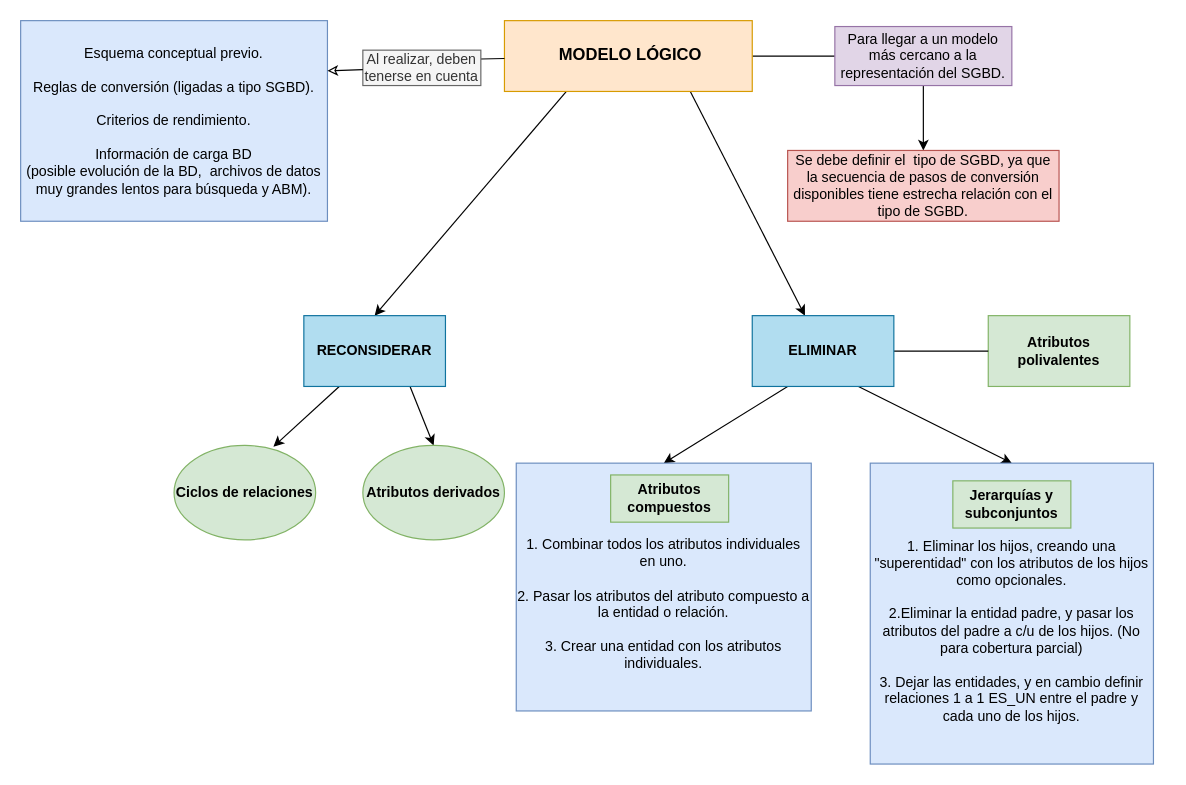
Before: page "Modelo lógico" (4 of 8) of Diagrama-resumen.drawio in senras/DBD, a draw.io diagram. Source tidied: cells renumbered, new cells numbered last; positions are measured from the earlier drawing's top-left corner, leaving out a move shared by most shapes. Both pictures are drawn from the tidied source at 118%, with x=0, y=0 at pixel (20, 20).
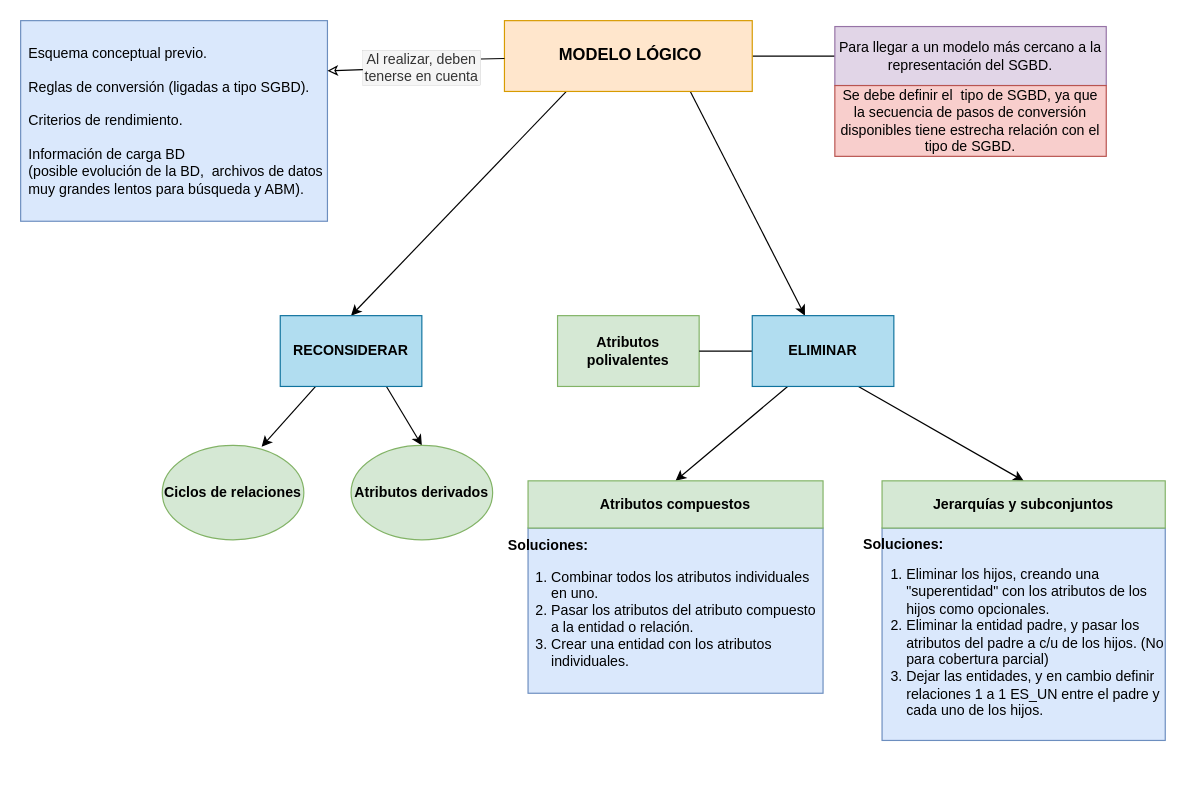
The same diagram, later.

Unchanged cells that the change refers to:
```xml
<mxCell id="15" value="ELIMINAR" style="rounded=0;whiteSpace=wrap;html=1;fillColor=#b1ddf0;strokeColor=#10739e;fontStyle=1;" parent="1" vertex="1">
  <mxGeometry x="620" y="250" width="120" height="60" as="geometry" />
</mxCell>
```

Diff of the diagram source:
```diff
@@
-    <mxCell id="6" style="edgeStyle=orthogonalEdgeStyle;rounded=0;jettySize=auto;html=1;exitX=0.5;exitY=1;exitDx=0;exitDy=0;entryX=0.5;entryY=0;entryDx=0;entryDy=0;" parent="1" edge="1" source="7">
-      <mxGeometry relative="1" as="geometry">
-        <mxPoint x="765" y="110" as="targetPoint" />
-      </mxGeometry>
-    </mxCell>
     <mxCell id="7" value="Para llegar a un modelo más cercano a la representación del SGBD." style="text;html=1;strokeColor=#9673a6;fillColor=#e1d5e7;align=center;verticalAlign=middle;whiteSpace=wrap;rounded=0;" parent="1" vertex="1">
-      <mxGeometry x="690" y="5" width="150" height="50" as="geometry" />
+      <mxGeometry x="690" y="5" width="230" height="50" as="geometry" />
     </mxCell>
     <mxCell id="8" value="Se debe definir el&amp;nbsp; tipo de SGBD, ya que la secuencia de pasos de conversión disponibles tiene estrecha relación con el tipo de SGBD." style="text;html=1;strokeColor=#b85450;fillColor=#f8cecc;align=center;verticalAlign=middle;whiteSpace=wrap;rounded=0;" parent="1" vertex="1">
-      <mxGeometry x="650" y="110" width="230" height="60" as="geometry" />
+      <mxGeometry x="690" y="55" width="230" height="60" as="geometry" />
     </mxCell>
@@
-    <mxCell id="10" value="Esquema conceptual previo.&lt;br&gt;&lt;br&gt;Reglas de conversión (ligadas a tipo SGBD).&lt;br&gt;&lt;br&gt;Criterios de rendimiento.&lt;br&gt;&lt;br&gt;Información de carga BD&lt;br&gt;(posible evolución de la BD,&amp;nbsp; archivos de datos muy grandes lentos para búsqueda y ABM)." style="rounded=0;whiteSpace=wrap;html=1;fillColor=#dae8fc;strokeColor=#6c8ebf;" parent="1" vertex="1">
+    <mxCell id="10" value="Esquema conceptual previo.&lt;br&gt;&lt;br&gt;Reglas de conversión (ligadas a tipo SGBD).&lt;br&gt;&lt;br&gt;Criterios de rendimiento.&lt;br&gt;&lt;br&gt;Información de carga BD&lt;br&gt;(posible evolución de la BD,&amp;nbsp; archivos de datos muy grandes lentos para búsqueda y ABM)." style="rounded=0;whiteSpace=wrap;html=1;fillColor=#dae8fc;strokeColor=#6c8ebf;align=left;spacingLeft=5;" parent="1" vertex="1">
       <mxGeometry width="260" height="170" as="geometry" />
     </mxCell>
     <mxCell id="11" value="Atributos polivalentes" style="rounded=0;whiteSpace=wrap;html=1;fillColor=#d5e8d4;strokeColor=#82b366;fontStyle=1;" parent="1" vertex="1">
-      <mxGeometry x="820" y="250" width="120" height="60" as="geometry" />
+      <mxGeometry x="455" y="250" width="120" height="60" as="geometry" />
     </mxCell>
-    <mxCell id="12" style="edgeStyle=none;rounded=0;jettySize=auto;html=1;exitX=0.25;exitY=1;exitDx=0;exitDy=0;entryX=0.5;entryY=0;entryDx=0;entryDy=0;" parent="1" edge="1" source="15" target="22">
+    <mxCell id="12" style="edgeStyle=none;rounded=0;jettySize=auto;html=1;exitX=0.25;exitY=1;exitDx=0;exitDy=0;entryX=0.5;entryY=0;entryDx=0;entryDy=0;" parent="1" edge="1" source="15" target="23">
       <mxGeometry relative="1" as="geometry" />
     </mxCell>
-    <mxCell id="13" style="edgeStyle=none;rounded=0;jettySize=auto;html=1;exitX=0.75;exitY=1;exitDx=0;exitDy=0;entryX=0.5;entryY=0;entryDx=0;entryDy=0;" parent="1" edge="1" source="15" target="21">
+    <mxCell id="13" style="edgeStyle=none;rounded=0;jettySize=auto;html=1;exitX=0.75;exitY=1;exitDx=0;exitDy=0;entryX=0.5;entryY=0;entryDx=0;entryDy=0;" parent="1" edge="1" source="15" target="24">
       <mxGeometry relative="1" as="geometry" />
     </mxCell>
-    <mxCell id="14" style="edgeStyle=none;rounded=0;jettySize=auto;html=1;exitX=1;exitY=0.5;exitDx=0;exitDy=0;entryX=0;entryY=0.5;entryDx=0;entryDy=0;endArrow=none;endFill=0;" parent="1" edge="1" source="15" target="11">
+    <mxCell id="14" style="edgeStyle=none;rounded=0;jettySize=auto;html=1;exitX=0;exitY=0.5;exitDx=0;exitDy=0;endArrow=none;endFill=0;entryX=1;entryY=0.5;entryDx=0;entryDy=0;" parent="1" edge="1" source="15" target="11">
       <mxGeometry relative="1" as="geometry" />
     </mxCell>
@@
     <mxCell id="18" value="RECONSIDERAR" style="rounded=0;whiteSpace=wrap;html=1;fillColor=#b1ddf0;strokeColor=#10739e;fontStyle=1;" parent="1" vertex="1">
-      <mxGeometry x="240" y="250" width="120" height="60" as="geometry" />
+      <mxGeometry x="220" y="250" width="120" height="60" as="geometry" />
     </mxCell>
     <mxCell id="19" value="Ciclos de relaciones" style="ellipse;whiteSpace=wrap;html=1;fillColor=#d5e8d4;strokeColor=#82b366;fontStyle=1;" parent="1" vertex="1">
-      <mxGeometry x="130" y="360" width="120" height="80" as="geometry" />
+      <mxGeometry x="120" y="360" width="120" height="80" as="geometry" />
     </mxCell>
     <mxCell id="20" value="&lt;span&gt;Atributos derivados&lt;/span&gt;" style="ellipse;whiteSpace=wrap;html=1;fillColor=#d5e8d4;strokeColor=#82b366;fontStyle=1;" parent="1" vertex="1">
-      <mxGeometry x="290" y="360" width="120" height="80" as="geometry" />
+      <mxGeometry x="280" y="360" width="120" height="80" as="geometry" />
     </mxCell>
-    <mxCell id="21" value="&lt;br&gt;&lt;br&gt;1. Eliminar los hijos, creando una &quot;superentidad&quot; con los atributos de los hijos como opcionales.&lt;br&gt;&lt;br&gt;2.Eliminar la entidad padre, y pasar los atributos del padre a c/u de los hijos. (No para cobertura parcial)&lt;br&gt;&lt;br&gt;3. Dejar las entidades, y en cambio definir relaciones 1 a 1 ES_UN entre el padre y cada uno de los hijos." style="rounded=0;whiteSpace=wrap;html=1;fillColor=#dae8fc;strokeColor=#6c8ebf;" parent="1" vertex="1">
-      <mxGeometry x="720" y="375" width="240" height="255" as="geometry" />
+    <mxCell id="21" value="&lt;div&gt;&lt;b&gt;&lt;span style=&quot;white-space: pre;&quot;&gt; &lt;/span&gt;Soluciones:&lt;/b&gt;&lt;/div&gt;&lt;ol&gt;&lt;li&gt;Eliminar los hijos, creando una &quot;superentidad&quot; con los atributos de los hijos como opcionales.&lt;/li&gt;&lt;li&gt;Eliminar la entidad padre, y pasar los atributos del padre a c/u de los hijos. (No para cobertura parcial)&lt;/li&gt;&lt;li&gt;Dejar las entidades, y en cambio definir relaciones 1 a 1 ES_UN entre el padre y cada uno de los hijos.&lt;/li&gt;&lt;/ol&gt;" style="rounded=0;whiteSpace=wrap;html=1;fillColor=#dae8fc;strokeColor=#6c8ebf;align=left;spacingLeft=-21;" parent="1" vertex="1">
+      <mxGeometry x="730" y="430" width="240" height="180" as="geometry" />
     </mxCell>
-    <mxCell id="22" value="&lt;br&gt;&lt;br&gt;&lt;div&gt;&lt;span&gt;1. Combinar todos los atributos individuales en uno.&lt;/span&gt;&lt;/div&gt;&lt;div&gt;&lt;br&gt;&lt;/div&gt;&lt;span&gt;&lt;div&gt;&lt;span&gt;2. Pasar los atributos del atributo compuesto a la entidad o relación.&lt;/span&gt;&lt;/div&gt;&lt;/span&gt;&lt;div&gt;&lt;br&gt;&lt;/div&gt;&lt;span&gt;&lt;div&gt;&lt;span&gt;3. Crear una entidad con los atributos individuales.&lt;/span&gt;&lt;/div&gt;&lt;/span&gt;" style="rounded=0;whiteSpace=wrap;html=1;align=center;fillColor=#dae8fc;strokeColor=#6c8ebf;" parent="1" vertex="1">
-      <mxGeometry x="420" y="375" width="250" height="210" as="geometry" />
+    <mxCell id="22" value="&lt;span style=&quot;background-color: initial;&quot;&gt;&lt;b&gt;&lt;span style=&quot;white-space: pre;&quot;&gt; &lt;/span&gt;Soluciones:&lt;/b&gt;&lt;br&gt;&lt;ol style=&quot;line-height: 1.2;&quot;&gt;&lt;li&gt;&lt;span style=&quot;background-color: initial;&quot;&gt;Combinar todos los atributos individuales en uno.&lt;/span&gt;&lt;/li&gt;&lt;li&gt;&lt;span style=&quot;background-color: initial;&quot;&gt;Pasar los atributos del atributo compuesto a la entidad o relación.&lt;/span&gt;&lt;/li&gt;&lt;li&gt;&lt;span style=&quot;background-color: initial;&quot;&gt;Crear una entidad con los atributos individuales&lt;/span&gt;&lt;span style=&quot;background-color: initial;&quot;&gt;.&lt;/span&gt;&lt;/li&gt;&lt;/ol&gt;&lt;/span&gt;" style="rounded=0;whiteSpace=wrap;html=1;align=left;fillColor=#dae8fc;strokeColor=#6c8ebf;spacingLeft=-22;" parent="1" vertex="1">
+      <mxGeometry x="430" y="430" width="250" height="140" as="geometry" />
     </mxCell>
     <mxCell id="23" value="Atributos compuestos" style="rounded=0;whiteSpace=wrap;html=1;fillColor=#d5e8d4;strokeColor=#82b366;fontStyle=1;" parent="1" vertex="1">
-      <mxGeometry x="500" y="385" width="100" height="40" as="geometry" />
+      <mxGeometry x="430" y="390" width="250" height="40" as="geometry" />
     </mxCell>
     <mxCell id="24" value="Jerarquías y subconjuntos" style="rounded=0;whiteSpace=wrap;html=1;fillColor=#d5e8d4;strokeColor=#82b366;fontStyle=1;" parent="1" vertex="1">
-      <mxGeometry x="790" y="390" width="100" height="40" as="geometry" />
+      <mxGeometry x="730" y="390" width="240" height="40" as="geometry" />
     </mxCell>
-    <mxCell id="25" value="Al realizar, deben tenerse en cuenta" style="text;html=1;strokeColor=#666666;fillColor=#f5f5f5;align=center;verticalAlign=middle;whiteSpace=wrap;rounded=0;fontStyle=0;fontColor=#333333;" parent="1" vertex="1">
+    <mxCell id="25" value="Al realizar, deben tenerse en cuenta" style="text;html=1;strokeColor=#666666;fillColor=#f5f5f5;align=center;verticalAlign=middle;whiteSpace=wrap;rounded=0;fontStyle=0;fontColor=#333333;strokeWidth=0;" parent="1" vertex="1">
       <mxGeometry x="290" y="25" width="100" height="30" as="geometry" />
     </mxCell>
```
